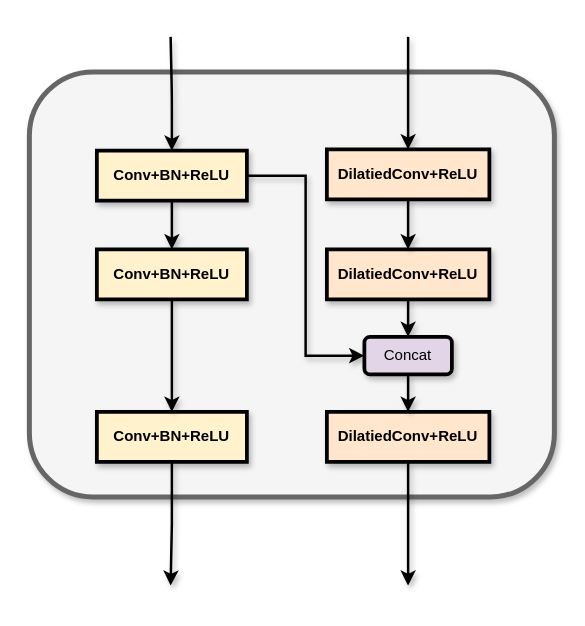
The draw.io diagram Asymmetric_Cross_Path/c_asymm_without_residual.drawio in KopiSoftware/draw_cc_cloud, before the edit. Source tidied: cells renumbered, new cells numbered last; positions are measured from the earlier drawing's top-left corner, leaving out a move shared by most shapes. Both pictures are drawn from the tidied source at 125%, with x=0, y=0 at pixel (29, 36).
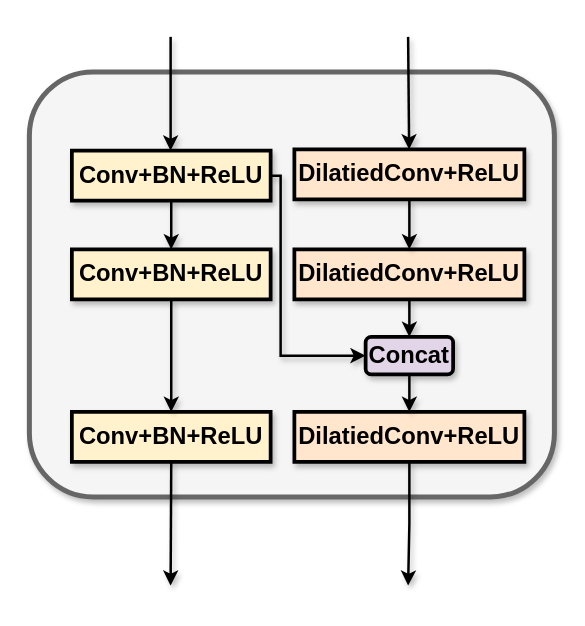
The same diagram, later.

The edit, as a diff of the source:
```diff
@@
-    <mxCell id="2" style="rounded=1;whiteSpace=wrap;html=1;fillColor=#f5f5f5;strokeColor=#666666;strokeWidth=4;fontColor=#333333;shadow=1;" parent="1" vertex="1">
+    <mxCell id="2" style="rounded=1;whiteSpace=wrap;html=1;fillColor=#f5f5f5;strokeColor=#666666;strokeWidth=4;fontColor=#333333;shadow=1;fontSize=19;" parent="1" vertex="1">
       <mxGeometry y="28" width="420" height="340" as="geometry" />
     </mxCell>
-    <mxCell id="3" style="edgeStyle=orthogonalEdgeStyle;rounded=1;jettySize=auto;html=1;strokeWidth=2;shadow=1;endArrow=none;endFill=0;startArrow=classic;startFill=1;" parent="1" edge="1" source="6">
+    <mxCell id="3" style="edgeStyle=orthogonalEdgeStyle;rounded=1;jettySize=auto;html=1;strokeWidth=2;shadow=1;endArrow=none;endFill=0;startArrow=classic;startFill=1;fontSize=19;" parent="1" edge="1" source="6">
       <mxGeometry relative="1" as="geometry">
         <mxPoint x="113" as="targetPoint" />
       </mxGeometry>
     </mxCell>
-    <mxCell id="4" style="edgeStyle=orthogonalEdgeStyle;rounded=0;jettySize=auto;html=1;entryX=0;entryY=0.5;entryDx=0;entryDy=0;strokeWidth=2;shadow=1;" parent="1" edge="1" source="6" target="17">
-      <mxGeometry relative="1" as="geometry" />
+    <mxCell id="4" style="edgeStyle=orthogonalEdgeStyle;rounded=0;jettySize=auto;html=1;entryX=0;entryY=0.5;entryDx=0;entryDy=0;strokeWidth=2;shadow=1;fontSize=19;" parent="1" edge="1" source="6" target="17">
+      <mxGeometry relative="1" as="geometry">
+        <Array as="points">
+          <mxPoint x="201" y="111" />
+          <mxPoint x="201" y="255" />
+        </Array>
+      </mxGeometry>
     </mxCell>
-    <mxCell id="5" style="edgeStyle=orthogonalEdgeStyle;rounded=0;jettySize=auto;html=1;entryX=0.5;entryY=0;entryDx=0;entryDy=0;strokeWidth=2;shadow=1;" parent="1" edge="1" source="6" target="19">
+    <mxCell id="5" style="edgeStyle=orthogonalEdgeStyle;rounded=0;jettySize=auto;html=1;entryX=0.5;entryY=0;entryDx=0;entryDy=0;strokeWidth=2;shadow=1;fontSize=19;" parent="1" edge="1" source="6" target="19">
       <mxGeometry relative="1" as="geometry" />
     </mxCell>
-    <mxCell id="6" value="&lt;b&gt;Conv+BN+ReLU&lt;/b&gt;" style="rounded=0;whiteSpace=wrap;html=1;fillColor=#fff2cc;strokeColor=#000000;strokeWidth=3;shadow=1;" parent="1" vertex="1">
-      <mxGeometry x="54" y="91" width="120" height="40" as="geometry" />
+    <mxCell id="6" value="&lt;b style=&quot;font-size: 19px;&quot;&gt;Conv+BN+ReLU&lt;/b&gt;" style="rounded=0;whiteSpace=wrap;html=1;fillColor=#fff2cc;strokeColor=#000000;strokeWidth=3;shadow=1;fontSize=19;" parent="1" vertex="1">
+      <mxGeometry x="34" y="91" width="159" height="40" as="geometry" />
     </mxCell>
-    <mxCell id="7" style="edgeStyle=orthogonalEdgeStyle;rounded=0;jettySize=auto;html=1;exitX=0.5;exitY=1;exitDx=0;exitDy=0;strokeWidth=2;shadow=1;" parent="1" edge="1" source="8">
+    <mxCell id="7" style="edgeStyle=orthogonalEdgeStyle;rounded=0;jettySize=auto;html=1;exitX=0.5;exitY=1;exitDx=0;exitDy=0;strokeWidth=2;shadow=1;fontSize=19;" parent="1" edge="1" source="8">
       <mxGeometry relative="1" as="geometry">
         <mxPoint x="113" y="439" as="targetPoint" />
       </mxGeometry>
     </mxCell>
-    <mxCell id="8" value="&lt;b style=&quot;border-color: var(--border-color);&quot;&gt;Conv+BN+ReLU&lt;/b&gt;" style="rounded=0;whiteSpace=wrap;html=1;fillColor=#fff2cc;strokeColor=#000000;strokeWidth=3;shadow=1;" parent="1" vertex="1">
-      <mxGeometry x="54" y="300" width="120" height="40" as="geometry" />
+    <mxCell id="8" value="&lt;b style=&quot;border-color: var(--border-color); font-size: 19px;&quot;&gt;Conv+BN+ReLU&lt;/b&gt;" style="rounded=0;whiteSpace=wrap;html=1;fillColor=#fff2cc;strokeColor=#000000;strokeWidth=3;shadow=1;fontSize=19;" parent="1" vertex="1">
+      <mxGeometry x="34" y="300" width="159" height="40" as="geometry" />
     </mxCell>
-    <mxCell id="9" style="edgeStyle=orthogonalEdgeStyle;rounded=0;jettySize=auto;html=1;entryX=0.5;entryY=0;entryDx=0;entryDy=0;strokeWidth=2;shadow=1;" parent="1" edge="1" source="10" target="17">
+    <mxCell id="9" style="edgeStyle=orthogonalEdgeStyle;rounded=0;jettySize=auto;html=1;entryX=0.5;entryY=0;entryDx=0;entryDy=0;strokeWidth=2;shadow=1;fontSize=19;" parent="1" edge="1" source="10" target="17">
       <mxGeometry relative="1" as="geometry" />
     </mxCell>
-    <mxCell id="10" value="&lt;b style=&quot;border-color: var(--border-color);&quot;&gt;DilatiedConv+ReLU&lt;/b&gt;" style="rounded=0;whiteSpace=wrap;html=1;fillColor=#ffe6cc;strokeColor=#000000;strokeWidth=3;shadow=1;" parent="1" vertex="1">
-      <mxGeometry x="238" y="170" width="130" height="40" as="geometry" />
+    <mxCell id="10" value="&lt;b style=&quot;border-color: var(--border-color); font-size: 19px;&quot;&gt;DilatiedConv+ReLU&lt;/b&gt;" style="rounded=0;whiteSpace=wrap;html=1;fillColor=#ffe6cc;strokeColor=#000000;strokeWidth=3;shadow=1;fontSize=19;" parent="1" vertex="1">
+      <mxGeometry x="212" y="170" width="184" height="40" as="geometry" />
     </mxCell>
-    <mxCell id="11" style="edgeStyle=orthogonalEdgeStyle;rounded=0;jettySize=auto;html=1;exitX=0.5;exitY=1;exitDx=0;exitDy=0;strokeWidth=2;shadow=1;" parent="1" edge="1" source="12">
+    <mxCell id="11" style="edgeStyle=orthogonalEdgeStyle;rounded=0;jettySize=auto;html=1;exitX=0.5;exitY=1;exitDx=0;exitDy=0;strokeWidth=2;shadow=1;fontSize=19;" parent="1" edge="1" source="12">
       <mxGeometry relative="1" as="geometry">
         <mxPoint x="303" y="439" as="targetPoint" />
       </mxGeometry>
     </mxCell>
-    <mxCell id="12" value="&lt;b style=&quot;border-color: var(--border-color);&quot;&gt;DilatiedConv+ReLU&lt;/b&gt;" style="rounded=0;whiteSpace=wrap;html=1;fillColor=#ffe6cc;strokeColor=#000000;strokeWidth=3;shadow=1;" parent="1" vertex="1">
-      <mxGeometry x="238" y="300" width="130" height="40" as="geometry" />
+    <mxCell id="12" value="&lt;b style=&quot;border-color: var(--border-color); font-size: 19px;&quot;&gt;DilatiedConv+ReLU&lt;/b&gt;" style="rounded=0;whiteSpace=wrap;html=1;fillColor=#ffe6cc;strokeColor=#000000;strokeWidth=3;shadow=1;fontSize=19;" parent="1" vertex="1">
+      <mxGeometry x="212" y="300" width="184" height="40" as="geometry" />
     </mxCell>
-    <mxCell id="13" style="edgeStyle=orthogonalEdgeStyle;rounded=0;jettySize=auto;html=1;entryX=0.5;entryY=0;entryDx=0;entryDy=0;strokeWidth=2;shadow=1;" parent="1" edge="1" source="15" target="10">
+    <mxCell id="13" style="edgeStyle=orthogonalEdgeStyle;rounded=0;jettySize=auto;html=1;entryX=0.5;entryY=0;entryDx=0;entryDy=0;strokeWidth=2;shadow=1;fontSize=19;" parent="1" edge="1" source="15" target="10">
       <mxGeometry relative="1" as="geometry" />
     </mxCell>
-    <mxCell id="14" style="rounded=0;jettySize=auto;html=1;strokeWidth=2;shadow=1;startArrow=classic;startFill=1;endArrow=none;endFill=0;" parent="1" edge="1" source="15">
+    <mxCell id="14" style="rounded=0;jettySize=auto;html=1;strokeWidth=2;shadow=1;startArrow=classic;startFill=1;endArrow=none;endFill=0;fontSize=19;" parent="1" edge="1" source="15">
       <mxGeometry relative="1" as="geometry">
         <mxPoint x="303" as="targetPoint" />
       </mxGeometry>
     </mxCell>
-    <mxCell id="15" value="&lt;b style=&quot;border-color: var(--border-color);&quot;&gt;DilatiedConv+ReLU&lt;/b&gt;" style="rounded=0;whiteSpace=wrap;html=1;fillColor=#ffe6cc;strokeColor=#000000;strokeWidth=3;shadow=1;" parent="1" vertex="1">
-      <mxGeometry x="238" y="90" width="130" height="40" as="geometry" />
+    <mxCell id="15" value="&lt;b style=&quot;border-color: var(--border-color); font-size: 19px;&quot;&gt;DilatiedConv+ReLU&lt;/b&gt;" style="rounded=0;whiteSpace=wrap;html=1;fillColor=#ffe6cc;strokeColor=#000000;strokeWidth=3;shadow=1;fontSize=19;" parent="1" vertex="1">
+      <mxGeometry x="212" y="90" width="184" height="40" as="geometry" />
     </mxCell>
-    <mxCell id="16" style="edgeStyle=orthogonalEdgeStyle;rounded=0;jettySize=auto;html=1;entryX=0.5;entryY=0;entryDx=0;entryDy=0;strokeWidth=2;shadow=1;" parent="1" edge="1" source="17" target="12">
+    <mxCell id="16" style="edgeStyle=orthogonalEdgeStyle;rounded=0;jettySize=auto;html=1;entryX=0.5;entryY=0;entryDx=0;entryDy=0;strokeWidth=2;shadow=1;fontSize=19;" parent="1" edge="1" source="17" target="12">
       <mxGeometry relative="1" as="geometry" />
     </mxCell>
-    <mxCell id="17" value="Concat" style="rounded=1;whiteSpace=wrap;html=1;strokeWidth=3;shadow=1;fillColor=#e1d5e7;strokeColor=#000000;" parent="1" vertex="1">
-      <mxGeometry x="268" y="240" width="70" height="30" as="geometry" />
+    <mxCell id="17" value="Concat" style="rounded=1;whiteSpace=wrap;html=1;strokeWidth=3;shadow=1;fillColor=#e1d5e7;strokeColor=#000000;fontSize=19;fontStyle=1;" parent="1" vertex="1">
+      <mxGeometry x="269" y="240" width="70" height="30" as="geometry" />
     </mxCell>
-    <mxCell id="18" style="edgeStyle=orthogonalEdgeStyle;rounded=0;jettySize=auto;html=1;entryX=0.5;entryY=0;entryDx=0;entryDy=0;strokeWidth=2;shadow=1;" parent="1" edge="1" source="19" target="8">
+    <mxCell id="18" style="edgeStyle=orthogonalEdgeStyle;rounded=0;jettySize=auto;html=1;entryX=0.5;entryY=0;entryDx=0;entryDy=0;strokeWidth=2;shadow=1;fontSize=19;" parent="1" edge="1" source="19" target="8">
       <mxGeometry relative="1" as="geometry" />
     </mxCell>
-    <mxCell id="19" value="&lt;b&gt;Conv+BN+ReLU&lt;/b&gt;" style="rounded=0;whiteSpace=wrap;html=1;fillColor=#fff2cc;strokeColor=#000000;strokeWidth=3;shadow=1;" parent="1" vertex="1">
-      <mxGeometry x="54" y="170" width="120" height="40" as="geometry" />
+    <mxCell id="19" value="&lt;b style=&quot;font-size: 19px;&quot;&gt;Conv+BN+ReLU&lt;/b&gt;" style="rounded=0;whiteSpace=wrap;html=1;fillColor=#fff2cc;strokeColor=#000000;strokeWidth=3;shadow=1;fontSize=19;" parent="1" vertex="1">
+      <mxGeometry x="34" y="170" width="159" height="40" as="geometry" />
     </mxCell>
```
